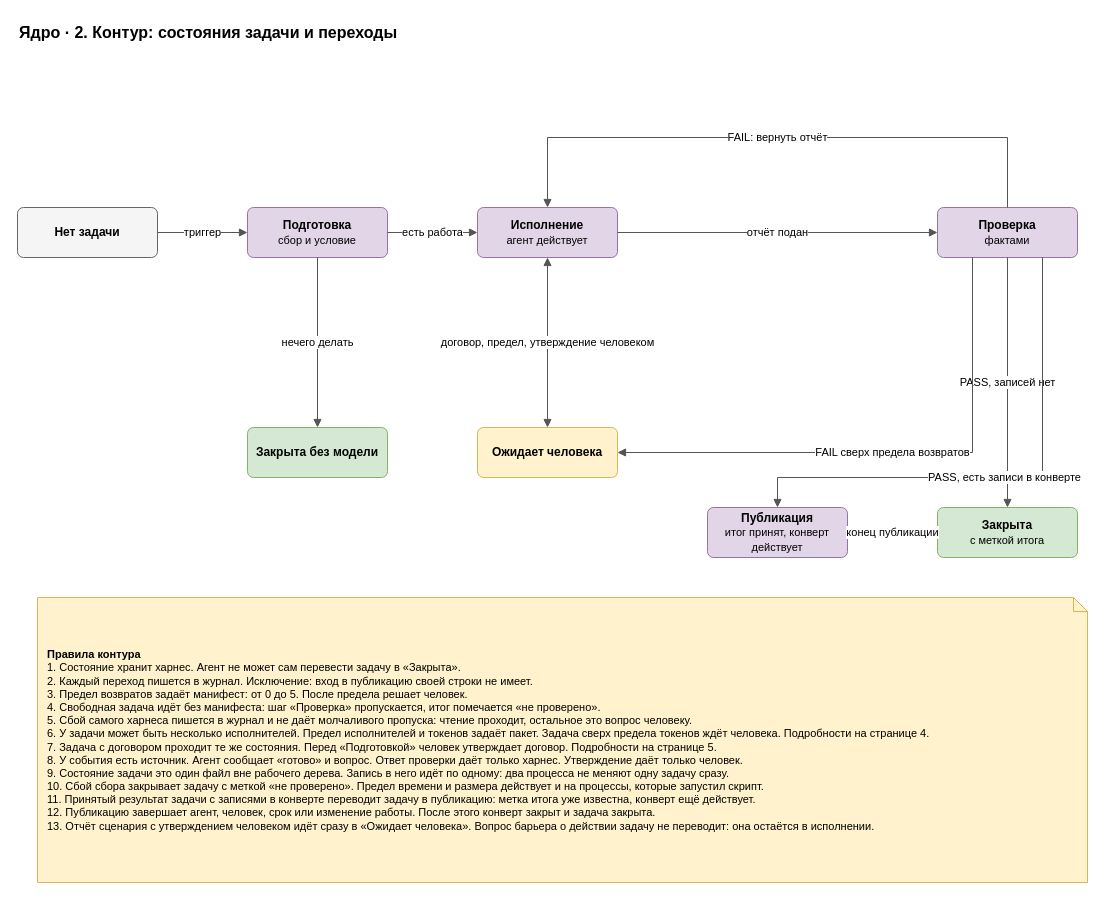
Earlier version of the draw.io diagram page "2. Состояния задачи" (2 of 7) of docs/spec/harness-core.drawio (roygkov/reins). Source tidied: cells renumbered, new cells numbered last; positions are measured from the earlier drawing's top-left corner, leaving out a move shared by most shapes. Both pictures are drawn from the tidied source at 100%, with x=0, y=0 at pixel (17, 17).
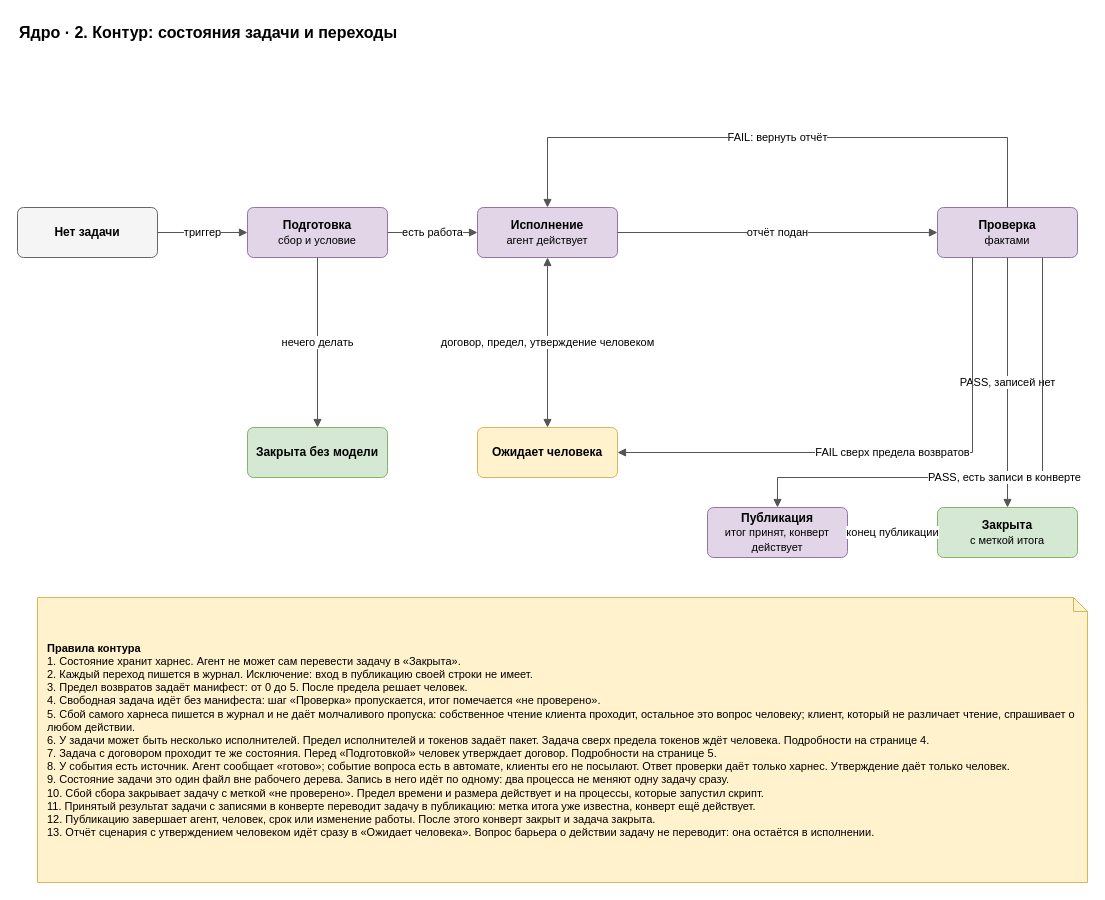
The same page after the edit.

What changed in the source:
```diff
@@
-    <mxCell id="21" value="&lt;b&gt;Правила контура&lt;/b&gt;&lt;br&gt;1. Состояние хранит харнес. Агент не может сам перевести задачу в «Закрыта».&lt;br&gt;2. Каждый переход пишется в журнал. Исключение: вход в публикацию своей строки не имеет.&lt;br&gt;3. Предел возвратов задаёт манифест: от 0 до 5. После предела решает человек.&lt;br&gt;4. Свободная задача идёт без манифеста: шаг «Проверка» пропускается, итог помечается «не проверено».&lt;br&gt;5. Сбой самого харнеса пишется в журнал и не даёт молчаливого пропуска: чтение проходит, остальное это вопрос человеку.&lt;br&gt;6. У задачи может быть несколько исполнителей. Предел исполнителей и токенов задаёт пакет. Задача сверх предела токенов ждёт человека. Подробности на странице 4.&lt;br&gt;7. Задача с договором проходит те же состояния. Перед «Подготовкой» человек утверждает договор. Подробности на странице 5.&lt;br&gt;8. У события есть источник. Агент сообщает «готово» и вопрос. Ответ проверки даёт только харнес. Утверждение даёт только человек.&lt;br&gt;9. Состояние задачи это один файл вне рабочего дерева. Запись в него идёт по одному: два процесса не меняют одну задачу сразу.&lt;br&gt;10. Сбой сбора закрывает задачу с меткой «не проверено». Предел времени и размера действует и на процессы, которые запустил скрипт.&lt;br&gt;11. Принятый результат задачи с записями в конверте переводит задачу в публикацию: метка итога уже известна, конверт ещё действует.&lt;br&gt;12. Публикацию завершает агент, человек, срок или изменение работы. После этого конверт закрыт и задача закрыта.&lt;br&gt;13. Отчёт сценария с утверждением человеком идёт сразу в «Ожидает человека». Вопрос барьера о действии задачу не переводит: она остаётся в исполнении." style="shape=note;whiteSpace=wrap;html=1;backgroundOutline=1;size=14;fillColor=#fff2cc;strokeColor=#d6b656;align=left;spacingLeft=8;spacingRight=8;fontSize=11;" parent="1" vertex="1">
+    <mxCell id="21" value="&lt;b&gt;Правила контура&lt;/b&gt;&lt;br&gt;1. Состояние хранит харнес. Агент не может сам перевести задачу в «Закрыта».&lt;br&gt;2. Каждый переход пишется в журнал. Исключение: вход в публикацию своей строки не имеет.&lt;br&gt;3. Предел возвратов задаёт манифест: от 0 до 5. После предела решает человек.&lt;br&gt;4. Свободная задача идёт без манифеста: шаг «Проверка» пропускается, итог помечается «не проверено».&lt;br&gt;5. Сбой самого харнеса пишется в журнал и не даёт молчаливого пропуска: собственное чтение клиента проходит, остальное это вопрос человеку; клиент, который не различает чтение, спрашивает о любом действии.&lt;br&gt;6. У задачи может быть несколько исполнителей. Предел исполнителей и токенов задаёт пакет. Задача сверх предела токенов ждёт человека. Подробности на странице 4.&lt;br&gt;7. Задача с договором проходит те же состояния. Перед «Подготовкой» человек утверждает договор. Подробности на странице 5.&lt;br&gt;8. У события есть источник. Агент сообщает «готово»; событие вопроса есть в автомате, клиенты его не посылают. Ответ проверки даёт только харнес. Утверждение даёт только человек.&lt;br&gt;9. Состояние задачи это один файл вне рабочего дерева. Запись в него идёт по одному: два процесса не меняют одну задачу сразу.&lt;br&gt;10. Сбой сбора закрывает задачу с меткой «не проверено». Предел времени и размера действует и на процессы, которые запустил скрипт.&lt;br&gt;11. Принятый результат задачи с записями в конверте переводит задачу в публикацию: метка итога уже известна, конверт ещё действует.&lt;br&gt;12. Публикацию завершает агент, человек, срок или изменение работы. После этого конверт закрыт и задача закрыта.&lt;br&gt;13. Отчёт сценария с утверждением человеком идёт сразу в «Ожидает человека». Вопрос барьера о действии задачу не переводит: она остаётся в исполнении." style="shape=note;whiteSpace=wrap;html=1;backgroundOutline=1;size=14;fillColor=#fff2cc;strokeColor=#d6b656;align=left;spacingLeft=8;spacingRight=8;fontSize=11;" parent="1" vertex="1">
       <mxGeometry x="20" y="580" width="1050" height="285" as="geometry" />
     </mxCell>
```
